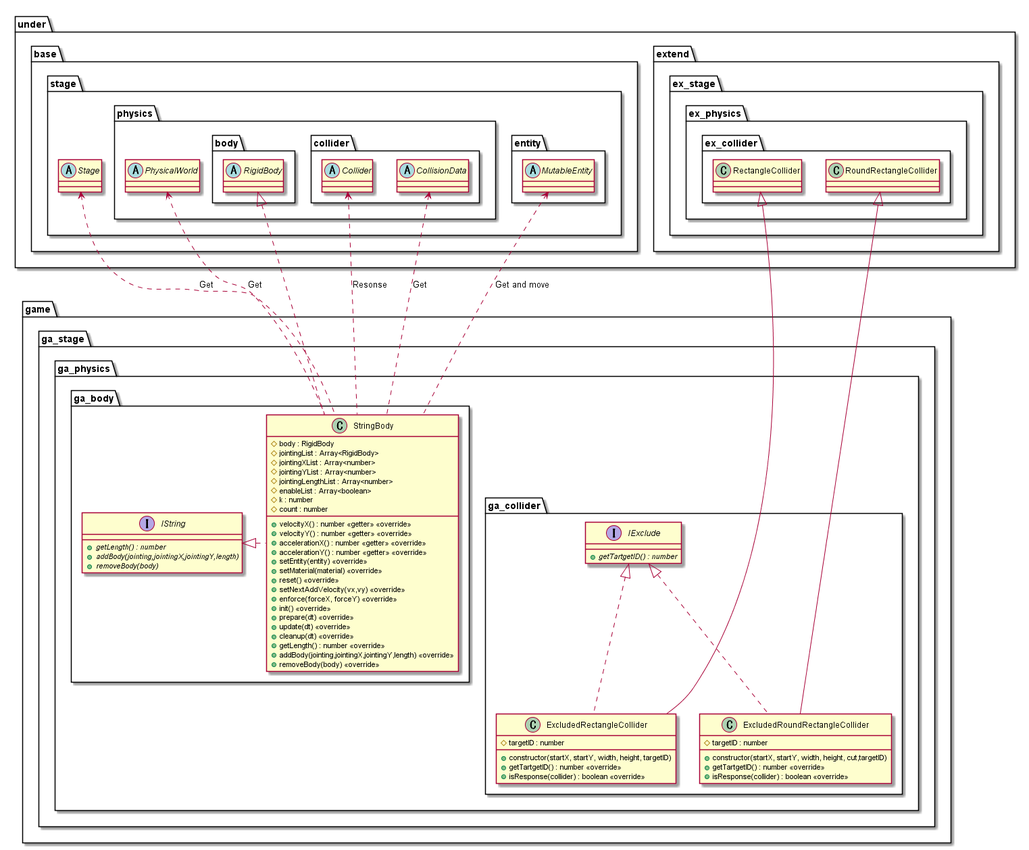
The PlantUML diagram out/uml/entity/physical/Game/PhysicalGame.png in Expine/Under, before a commit. The source it was exported from:
```plantuml
@startuml PhysicalGame

package game {
    package ga_stage {
        package ga_physics {
            package ga_body {
                interface IString {
                    {abstract} +getLength() : number
                    {abstract} +addBody(jointing,jointingX,jointingY,length)
                    {abstract} +removeBody(body)
                }
                class StringBody {
                    #body : RigidBody
                    #jointingList : Array<RigidBody>
                    #jointingXList : Array<number>
                    #jointingYList : Array<number>
                    #jointingLengthList : Array<number>
                    #enableList : Array<boolean>
                    #k : number
                    #count : number
                    +velocityX() : number <<getter>> <<override>>
                    +velocityY() : number <<getter>> <<override>>
                    +accelerationX() : number <<getter>> <<override>>
                    +accelerationY() : number <<getter>> <<override>>
                    +setEntity(entity) <<override>>
                    +setMaterial(material) <<override>>
                    +reset() <<override>>
                    +setNextAddVelocity(vx,vy) <<override>>
                    +enforce(forceX, forceY) <<override>>
                    +init() <<override>>
                    +prepare(dt) <<override>>
                    +update(dt) <<override>>
                    +cleanup(dt) <<override>>
                    +getLength() : number <<override>>
                    +addBody(jointing,jointingX,jointingY,length) <<override>>
                    +removeBody(body) <<override>>
                }
            }
            package ga_collider {
                interface IExclude {
                    {abstract} +getTartgetID() : number
                }
                class ExcludedRectangleCollider {
                    +constructor(startX, startY, width, height, targetID)
                    #targetID : number
                    +getTartgetID() : number <<override>>
                    +isResponse(collider) : boolean <<override>>
                }
                class ExcludedRoundRectangleCollider {
                    +constructor(startX, startY, width, height, cut,targetID)
                    #targetID : number
                    +getTartgetID() : number <<override>>
                    +isResponse(collider) : boolean <<override>>
                }
            }
        }
    }
}

package under {
    package base {
        package stage {
            abstract Stage
            package physics {
                abstract PhysicalWorld
                package body {
                    abstract RigidBody
                }
                package collider {
                    abstract Collider
                    abstract CollisionData
                }
            }
            package entity {
                abstract MutableEntity
            }
        }
    }
    package extend {
        package ex_stage {
            package ex_physics {
                package ex_collider {
                    class RectangleCollider
                    class RoundRectangleCollider
                }
            }
        }
    }
}

Stage <.. StringBody : Get
PhysicalWorld <.. StringBody : Get
MutableEntity <.. StringBody : Get and move
CollisionData <.. StringBody : Get
Collider <.. StringBody : Resonse

RigidBody <|.. StringBody
IString <|. StringBody

RectangleCollider <|-- ExcludedRectangleCollider
IExclude <|.. ExcludedRectangleCollider
RoundRectangleCollider <|-- ExcludedRoundRectangleCollider
IExclude <|.. ExcludedRoundRectangleCollider

@enduml
```
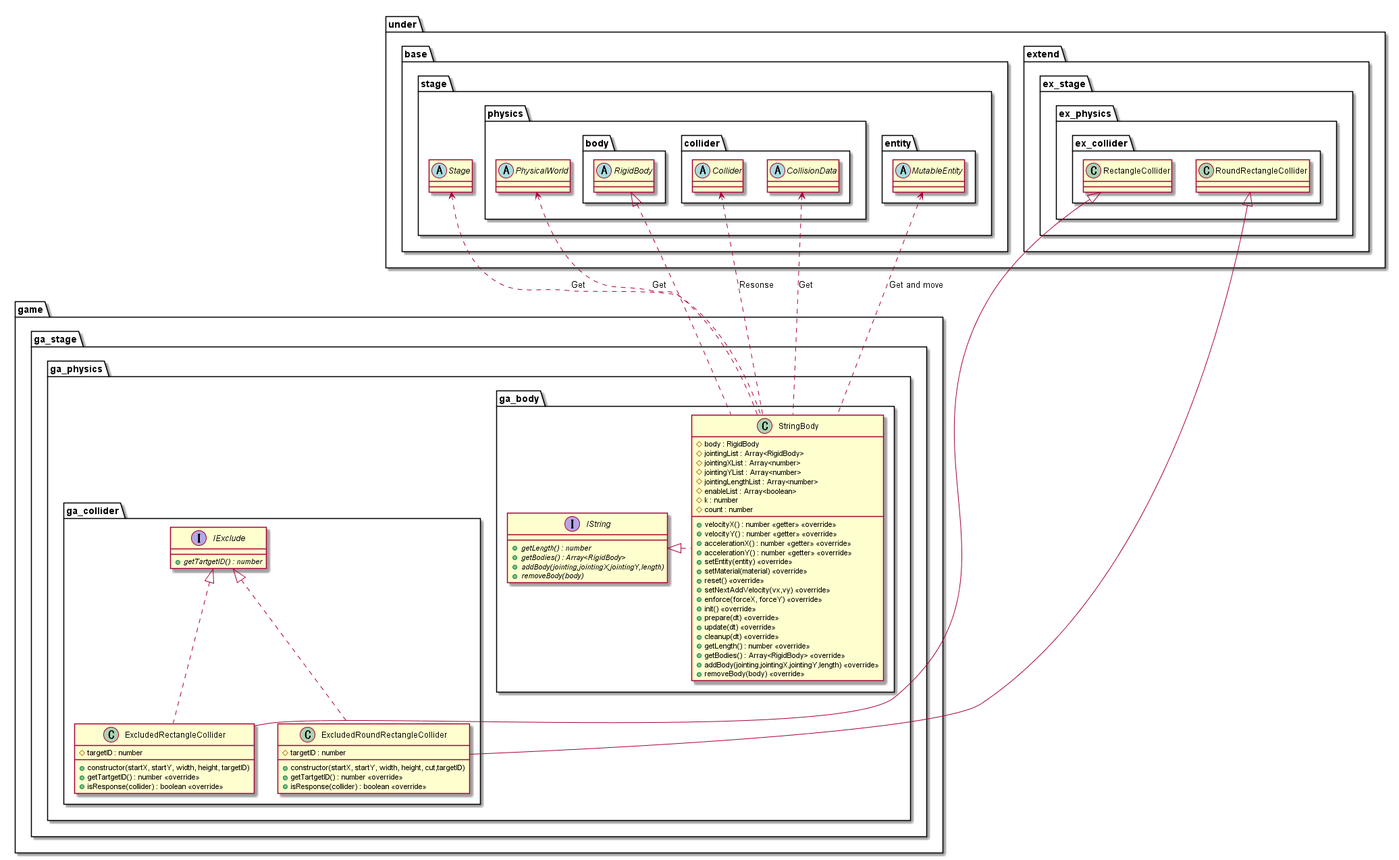
After the commit.

Diff of the diagram source:
```diff
@@ -6,6 +6,7 @@
             package ga_body {
                 interface IString {
                     {abstract} +getLength() : number
+                    {abstract} +getBodies() : Array<RigidBody>
                     {abstract} +addBody(jointing,jointingX,jointingY,length)
                     {abstract} +removeBody(body)
                 }
@@ -32,6 +33,7 @@
                     +update(dt) <<override>>
                     +cleanup(dt) <<override>>
                     +getLength() : number <<override>>
+                    +getBodies() : Array<RigidBody> <<override>>
                     +addBody(jointing,jointingX,jointingY,length) <<override>>
                     +removeBody(body) <<override>>
                 }
```
